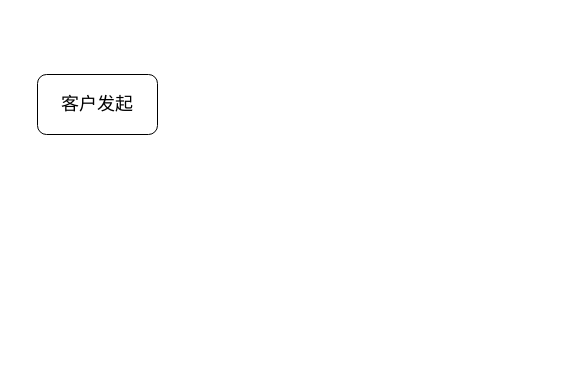
Before: Untitled Diagram.drawio in chbambooshoot/digram, a draw.io diagram. Source tidied: cells renumbered, new cells numbered last; positions are measured from the earlier drawing's top-left corner, leaving out a move shared by most shapes. Both pictures are drawn from the tidied source at 100%, with x=0, y=0 at pixel (37, 74).
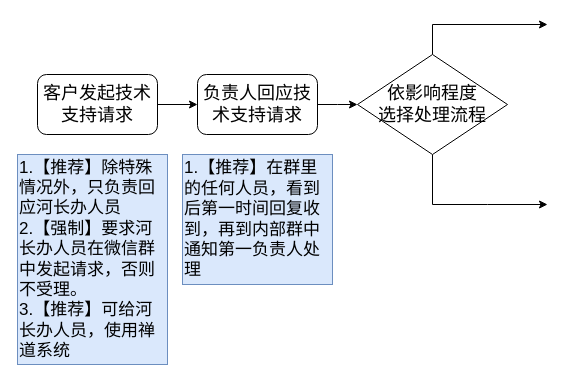
Above is the later version.

Diff of the diagram source:
```diff
@@
 <mxGraphModel>
   <root>
     <mxCell id="0" />
     <mxCell id="1" parent="0" />
+    <mxCell id="3" style="edgeStyle=orthogonalEdgeStyle;rounded=0;jettySize=auto;html=1;" parent="1" edge="1" source="2" target="5">
+      <mxGeometry relative="1" as="geometry" />
+    </mxCell>
-    <mxCell id="2" value="&lt;font style=&quot;font-size: 18px&quot;&gt;客户发起&lt;/font&gt;" style="rounded=1;whiteSpace=wrap;html=1;" parent="1" vertex="1">
+    <mxCell id="2" value="&lt;font style=&quot;font-size: 18px&quot;&gt;客户发起技术支持请求&lt;br&gt;&lt;/font&gt;" style="rounded=1;whiteSpace=wrap;html=1;" parent="1" vertex="1">
       <mxGeometry width="120" height="60" as="geometry" />
     </mxCell>
+    <mxCell id="4" style="edgeStyle=orthogonalEdgeStyle;rounded=0;jettySize=auto;html=1;" parent="1" edge="1" source="5">
+      <mxGeometry relative="1" as="geometry">
+        <mxPoint x="320" y="30" as="targetPoint" />
+      </mxGeometry>
+    </mxCell>
+    <mxCell id="5" value="&lt;font style=&quot;font-size: 18px&quot;&gt;负责人回应技术支持请求&lt;br&gt;&lt;/font&gt;" style="rounded=1;whiteSpace=wrap;html=1;" parent="1" vertex="1">
+      <mxGeometry x="160" width="120" height="60" as="geometry" />
+    </mxCell>
+    <mxCell id="6" style="edgeStyle=orthogonalEdgeStyle;rounded=0;jettySize=auto;html=1;" parent="1" edge="1" source="8">
+      <mxGeometry relative="1" as="geometry">
+        <mxPoint x="510" y="-50" as="targetPoint" />
+        <Array as="points">
+          <mxPoint x="395" y="-50" />
+        </Array>
+      </mxGeometry>
+    </mxCell>
+    <mxCell id="7" style="edgeStyle=orthogonalEdgeStyle;rounded=0;jettySize=auto;html=1;" parent="1" edge="1" source="8">
+      <mxGeometry relative="1" as="geometry">
+        <mxPoint x="510" y="130" as="targetPoint" />
+        <Array as="points">
+          <mxPoint x="395" y="130" />
+          <mxPoint x="450" y="130" />
+        </Array>
+      </mxGeometry>
+    </mxCell>
+    <mxCell id="8" value="&lt;span style=&quot;font-size: 18px&quot;&gt;依影响程度&lt;br&gt;选择处理流程&lt;br&gt;&lt;/span&gt;" style="rhombus;whiteSpace=wrap;html=1;" parent="1" vertex="1">
+      <mxGeometry x="320" y="-20" width="150" height="100" as="geometry" />
+    </mxCell>
+    <mxCell id="9" value="&lt;font style=&quot;font-size: 17px&quot;&gt;1.【推荐】除特殊情况外，只负责回应河长办人员&lt;br&gt;2.【强制】要求河长办人员在微信群中发起请求，否则不受理。&lt;br&gt;3.【推荐】可给河长办人员，使用禅道系统&lt;br&gt;&lt;/font&gt;" style="rounded=0;whiteSpace=wrap;html=1;align=left;fillColor=#dae8fc;strokeColor=#6c8ebf;" parent="1" vertex="1">
+      <mxGeometry x="-20" y="80" width="150" height="210" as="geometry" />
+    </mxCell>
+    <mxCell id="10" value="&lt;font style=&quot;font-size: 17px&quot;&gt;1.【推荐】在群里的任何人员，看到后第一时间回复收到，再到内部群中通知第一负责人处理&lt;br&gt;&lt;/font&gt;" style="rounded=0;whiteSpace=wrap;html=1;align=left;fillColor=#dae8fc;strokeColor=#6c8ebf;" parent="1" vertex="1">
+      <mxGeometry x="145" y="80" width="150" height="130" as="geometry" />
+    </mxCell>
   </root>
 </mxGraphModel>
```
